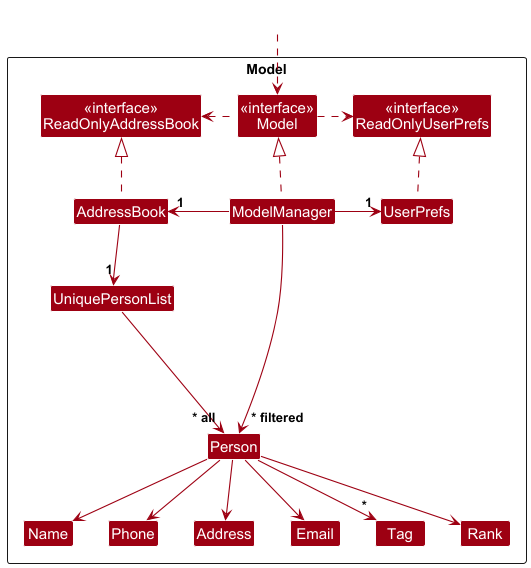
Dumboiroy/tp keeps this PlantUML diagram as docs/images/ModelClassDiagram.png. Above is the earlier version.
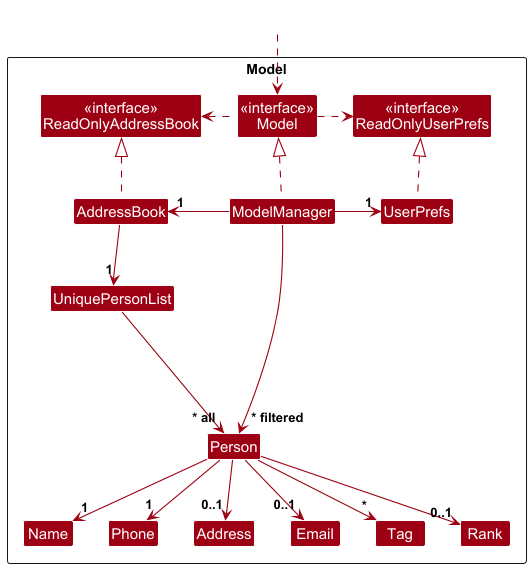
The same file after the commit.

What changed in the source:
```diff
@@ -38,12 +38,12 @@
 
 AddressBook --> "1" UniquePersonList
 UniquePersonList --> "~* all" Person
-Person --> Name
-Person --> Phone
-Person --> Email
-Person --> Address
+Person --> "1"Name
+Person --> "1"Phone
+Person --> "0..1"Email
+Person --> "0..1"Address
 Person --> "*" Tag
-Person --> Rank
+Person --> "0..1"Rank
 
 Person -[hidden]up--> I
 UniquePersonList -[hidden]right-> I
```
